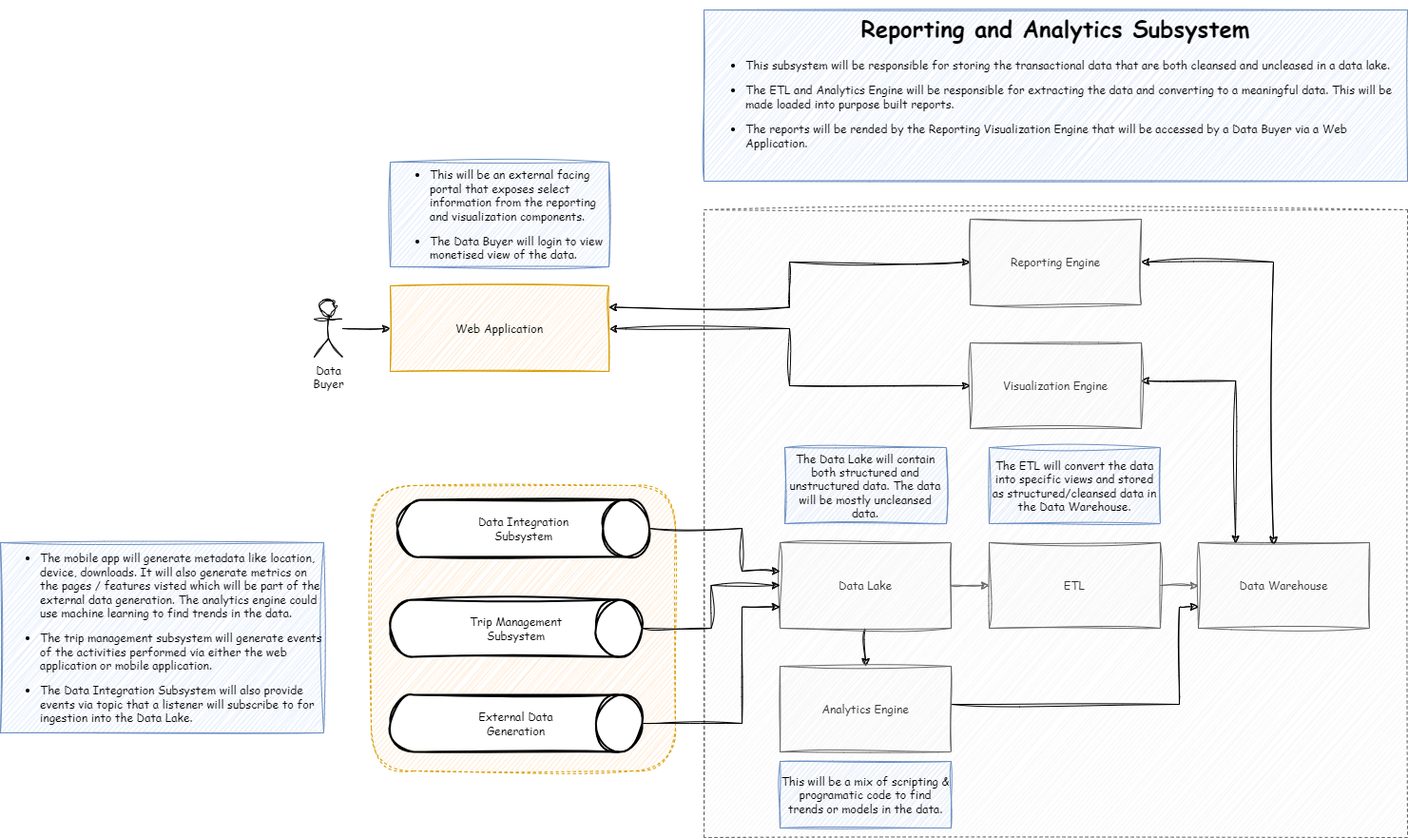
The draw.io diagram diagrams/reporting_and_analytics-reporting & analytics.drawio.png in nazir-dariel/RoadWarrior_TeamDarielSalties, before a commit. Source tidied: cells renumbered, new cells last; positions are measured from the earlier drawing's top-left corner, leaving out a move shared by most shapes. Source of this version:
```xml
<mxGraphModel>
  <root>
    <mxCell id="0" />
    <mxCell id="1" parent="0" />
    <mxCell id="2" style="rounded=1;whiteSpace=wrap;html=1;dashed=1;fontFamily=Comic Sans MS;fontStyle=0;fillColor=#ffe6cc;strokeColor=#d79b00;sketch=1;curveFitting=1;jiggle=2;" parent="1" vertex="1">
      <mxGeometry x="390" y="500" width="320" height="300" as="geometry" />
    </mxCell>
    <mxCell id="3" style="rounded=0;whiteSpace=wrap;html=1;fillColor=#f5f5f5;fontColor=#333333;strokeColor=#666666;dashed=1;fontFamily=Comic Sans MS;fontStyle=0;sketch=1;curveFitting=1;jiggle=2;" parent="1" vertex="1">
      <mxGeometry x="740" y="210" width="740" height="660" as="geometry" />
    </mxCell>
    <mxCell id="4" style="edgeStyle=orthogonalEdgeStyle;rounded=0;jettySize=auto;html=1;fillColor=#f5f5f5;strokeColor=#666666;fontFamily=Comic Sans MS;fontStyle=0;sketch=1;curveFitting=1;jiggle=2;" parent="1" edge="1" source="6" target="8">
      <mxGeometry relative="1" as="geometry" />
    </mxCell>
    <mxCell id="5" style="edgeStyle=orthogonalEdgeStyle;rounded=0;jettySize=auto;html=1;fontFamily=Comic Sans MS;sketch=1;curveFitting=1;jiggle=2;" parent="1" edge="1" source="6" target="23">
      <mxGeometry relative="1" as="geometry" />
    </mxCell>
    <mxCell id="6" value="Data Lake" style="rounded=0;whiteSpace=wrap;html=1;fillColor=#f5f5f5;fontColor=#333333;strokeColor=#666666;fontFamily=Comic Sans MS;fontStyle=0;sketch=1;curveFitting=1;jiggle=2;" parent="1" vertex="1">
      <mxGeometry x="820" y="560" width="180" height="90" as="geometry" />
    </mxCell>
    <mxCell id="7" style="edgeStyle=orthogonalEdgeStyle;rounded=0;jettySize=auto;html=1;fillColor=#f5f5f5;strokeColor=#666666;fontFamily=Comic Sans MS;fontStyle=0;sketch=1;curveFitting=1;jiggle=2;" parent="1" edge="1" source="8" target="9">
      <mxGeometry relative="1" as="geometry" />
    </mxCell>
    <mxCell id="8" value="ETL" style="rounded=0;whiteSpace=wrap;html=1;fillColor=#f5f5f5;fontColor=#333333;strokeColor=#666666;fontFamily=Comic Sans MS;fontStyle=0;sketch=1;curveFitting=1;jiggle=2;" parent="1" vertex="1">
      <mxGeometry x="1040" y="560" width="180" height="90" as="geometry" />
    </mxCell>
    <mxCell id="9" value="Data Warehouse" style="rounded=0;whiteSpace=wrap;html=1;fillColor=#f5f5f5;fontColor=#333333;strokeColor=#666666;fontFamily=Comic Sans MS;fontStyle=0;sketch=1;curveFitting=1;jiggle=2;" parent="1" vertex="1">
      <mxGeometry x="1260" y="560" width="180" height="90" as="geometry" />
    </mxCell>
    <mxCell id="10" style="edgeStyle=orthogonalEdgeStyle;rounded=0;jettySize=auto;html=1;entryX=1;entryY=0.25;entryDx=0;entryDy=0;fontFamily=Comic Sans MS;startArrow=classic;startFill=1;sketch=1;curveFitting=1;jiggle=2;" parent="1" edge="1" source="12" target="16">
      <mxGeometry relative="1" as="geometry" />
    </mxCell>
    <mxCell id="11" style="edgeStyle=orthogonalEdgeStyle;rounded=0;jettySize=auto;html=1;entryX=0.439;entryY=0.022;entryDx=0;entryDy=0;entryPerimeter=0;fontFamily=Comic Sans MS;startArrow=classic;startFill=1;sketch=1;curveFitting=1;jiggle=2;" parent="1" edge="1" source="12" target="9">
      <mxGeometry relative="1" as="geometry" />
    </mxCell>
    <mxCell id="12" value="Reporting Engine" style="rounded=0;whiteSpace=wrap;html=1;fillColor=#f5f5f5;fontColor=#333333;strokeColor=#666666;fontFamily=Comic Sans MS;fontStyle=0;sketch=1;curveFitting=1;jiggle=2;" parent="1" vertex="1">
      <mxGeometry x="1020" y="220" width="180" height="90" as="geometry" />
    </mxCell>
    <mxCell id="13" style="edgeStyle=orthogonalEdgeStyle;rounded=0;jettySize=auto;html=1;entryX=0.217;entryY=0.011;entryDx=0;entryDy=0;entryPerimeter=0;fontFamily=Comic Sans MS;startArrow=classic;startFill=1;sketch=1;curveFitting=1;jiggle=2;" parent="1" edge="1" source="14" target="9">
      <mxGeometry relative="1" as="geometry">
        <Array as="points">
          <mxPoint x="1299" y="390" />
        </Array>
      </mxGeometry>
    </mxCell>
    <mxCell id="14" value="Visualization Engine" style="rounded=0;whiteSpace=wrap;html=1;fillColor=#f5f5f5;fontColor=#333333;strokeColor=#666666;fontFamily=Comic Sans MS;fontStyle=0;sketch=1;curveFitting=1;jiggle=2;" parent="1" vertex="1">
      <mxGeometry x="1020" y="350" width="180" height="90" as="geometry" />
    </mxCell>
    <mxCell id="15" style="edgeStyle=orthogonalEdgeStyle;rounded=0;jettySize=auto;html=1;entryX=0;entryY=0.5;entryDx=0;entryDy=0;fontFamily=Comic Sans MS;fontStyle=0;startArrow=classic;startFill=1;sketch=1;curveFitting=1;jiggle=2;" parent="1" edge="1" source="16" target="14">
      <mxGeometry relative="1" as="geometry" />
    </mxCell>
    <mxCell id="16" value="Web Application" style="rounded=0;whiteSpace=wrap;html=1;fillColor=#ffe6cc;strokeColor=#d79b00;fontFamily=Comic Sans MS;fontStyle=0;sketch=1;curveFitting=1;jiggle=2;" parent="1" vertex="1">
      <mxGeometry x="410" y="290" width="230" height="90" as="geometry" />
    </mxCell>
    <mxCell id="17" style="edgeStyle=orthogonalEdgeStyle;rounded=0;jettySize=auto;html=1;entryX=0;entryY=0.75;entryDx=0;entryDy=0;fontFamily=Comic Sans MS;fontStyle=0;sketch=1;curveFitting=1;jiggle=2;" parent="1" edge="1" source="18" target="6">
      <mxGeometry relative="1" as="geometry">
        <Array as="points">
          <mxPoint x="780" y="750" />
          <mxPoint x="780" y="627" />
        </Array>
      </mxGeometry>
    </mxCell>
    <mxCell id="18" value="External Data &lt;br&gt;Generation" style="strokeWidth=2;html=1;shape=mxgraph.flowchart.direct_data;whiteSpace=wrap;fontFamily=Comic Sans MS;fontStyle=0;sketch=1;curveFitting=1;jiggle=2;" parent="1" vertex="1">
      <mxGeometry x="410" y="720" width="265" height="60" as="geometry" />
    </mxCell>
    <mxCell id="19" style="edgeStyle=orthogonalEdgeStyle;rounded=0;jettySize=auto;html=1;fontFamily=Comic Sans MS;fontStyle=0;sketch=1;curveFitting=1;jiggle=2;" parent="1" edge="1" source="20" target="6">
      <mxGeometry relative="1" as="geometry" />
    </mxCell>
    <mxCell id="20" value="Trip Management &lt;br&gt;Subsystem" style="strokeWidth=2;html=1;shape=mxgraph.flowchart.direct_data;whiteSpace=wrap;fontFamily=Comic Sans MS;fontStyle=0;sketch=1;curveFitting=1;jiggle=2;" parent="1" vertex="1">
      <mxGeometry x="410" y="620" width="265" height="60" as="geometry" />
    </mxCell>
    <mxCell id="21" style="edgeStyle=orthogonalEdgeStyle;rounded=0;jettySize=auto;html=1;fontFamily=Comic Sans MS;fontStyle=0;sketch=1;curveFitting=1;jiggle=2;" parent="1" edge="1" source="29" target="6">
      <mxGeometry relative="1" as="geometry">
        <Array as="points">
          <mxPoint x="780" y="545" />
          <mxPoint x="780" y="590" />
        </Array>
      </mxGeometry>
    </mxCell>
    <mxCell id="22" style="edgeStyle=orthogonalEdgeStyle;rounded=0;jettySize=auto;html=1;entryX=0;entryY=0.75;entryDx=0;entryDy=0;fontFamily=Comic Sans MS;fontStyle=0;sketch=1;curveFitting=1;jiggle=2;" parent="1" edge="1" source="23" target="9">
      <mxGeometry relative="1" as="geometry">
        <Array as="points">
          <mxPoint x="1240" y="730" />
          <mxPoint x="1240" y="627" />
        </Array>
      </mxGeometry>
    </mxCell>
    <mxCell id="23" value="Analytics Engine" style="rounded=0;whiteSpace=wrap;html=1;fillColor=#f5f5f5;fontColor=#333333;strokeColor=#666666;fontFamily=Comic Sans MS;fontStyle=0;sketch=1;curveFitting=1;jiggle=2;" parent="1" vertex="1">
      <mxGeometry x="820" y="690" width="180" height="90" as="geometry" />
    </mxCell>
    <mxCell id="24" value="&lt;h1&gt;&lt;font&gt;Reporting and Analytics Subsystem&lt;/font&gt;&lt;/h1&gt;&lt;p&gt;&lt;/p&gt;&lt;ul&gt;&lt;li style=&quot;text-align: left;&quot;&gt;&lt;font&gt;This subsystem will be responsible for storing the transactional data that are both cleansed and uncleased in a data lake.&amp;nbsp;&lt;/font&gt;&lt;/li&gt;&lt;/ul&gt;&lt;ul&gt;&lt;li style=&quot;text-align: left;&quot;&gt;&lt;font&gt;The ETL and Analytics Engine will be responsible for extracting the data and converting to a meaningful data. This will be made loaded into purpose built reports.&amp;nbsp;&lt;/font&gt;&lt;/li&gt;&lt;/ul&gt;&lt;ul&gt;&lt;li style=&quot;text-align: left;&quot;&gt;&lt;font&gt;The reports will be rended by the Reporting Visualization Engine that will be accessed by a Data Buyer via a Web Application.&lt;/font&gt;&lt;/li&gt;&lt;/ul&gt;&lt;p&gt;&lt;/p&gt;" style="text;html=1;strokeColor=#6c8ebf;fillColor=#dae8fc;spacing=5;spacingTop=-20;whiteSpace=wrap;overflow=hidden;rounded=0;align=center;fontFamily=Comic Sans MS;fontStyle=0;sketch=1;curveFitting=1;jiggle=2;" parent="1" vertex="1">
      <mxGeometry x="740" width="740" height="180" as="geometry" />
    </mxCell>
    <mxCell id="25" value="&lt;ul&gt;&lt;li&gt;&lt;font&gt;&lt;span&gt;The mobile app will generate metadata like location, device, downloads. It will also generate metrics on the pages / features visted which will be part of the external data generation. The analytics engine could use machine learning to find trends in the data.&lt;/span&gt;&lt;/font&gt;&lt;/li&gt;&lt;/ul&gt;&lt;ul&gt;&lt;li&gt;&lt;font&gt;&lt;span&gt;The trip management subsystem will generate events of the activities performed via either the web application or mobile application.&lt;/span&gt;&lt;/font&gt;&lt;/li&gt;&lt;/ul&gt;&lt;ul&gt;&lt;li&gt;&lt;font&gt;&lt;span&gt;The Data Integration Subsystem will also provide events via topic that a listener will subscribe to for ingestion into the Data Lake.&lt;/span&gt;&lt;/font&gt;&lt;/li&gt;&lt;/ul&gt;" style="text;html=1;strokeColor=#6c8ebf;fillColor=#dae8fc;align=left;verticalAlign=middle;whiteSpace=wrap;rounded=0;fontStyle=0;fontFamily=Comic Sans MS;sketch=1;curveFitting=1;jiggle=2;" parent="1" vertex="1">
      <mxGeometry y="560" width="340" height="200" as="geometry" />
    </mxCell>
    <mxCell id="26" style="edgeStyle=orthogonalEdgeStyle;rounded=0;jettySize=auto;html=1;entryX=0;entryY=0.5;entryDx=0;entryDy=0;fontFamily=Comic Sans MS;sketch=1;curveFitting=1;jiggle=2;" parent="1" edge="1" source="27" target="16">
      <mxGeometry relative="1" as="geometry" />
    </mxCell>
    <mxCell id="27" value="&lt;font&gt;Data&lt;br&gt;Buyer&lt;/font&gt;" style="shape=umlActor;verticalLabelPosition=bottom;verticalAlign=top;html=1;outlineConnect=0;fontStyle=0;fontFamily=Comic Sans MS;sketch=1;curveFitting=1;jiggle=2;" parent="1" vertex="1">
      <mxGeometry x="330" y="305" width="30" height="60" as="geometry" />
    </mxCell>
    <mxCell id="28" value="The Data Lake will contain both structured and unstructured data. The data will be mostly uncleansed data." style="text;html=1;strokeColor=#6c8ebf;fillColor=#dae8fc;align=center;verticalAlign=middle;whiteSpace=wrap;rounded=0;fontFamily=Comic Sans MS;sketch=1;curveFitting=1;jiggle=2;" parent="1" vertex="1">
      <mxGeometry x="825" y="460" width="170" height="80" as="geometry" />
    </mxCell>
    <mxCell id="29" value="Data Integration &lt;br&gt;Subsystem" style="strokeWidth=2;html=1;shape=mxgraph.flowchart.direct_data;whiteSpace=wrap;fontFamily=Comic Sans MS;fontStyle=0;sketch=1;curveFitting=1;jiggle=2;" parent="1" vertex="1">
      <mxGeometry x="417.5" y="515" width="265" height="60" as="geometry" />
    </mxCell>
    <mxCell id="30" value="The ETL will convert the data into specific views and stored as structured/cleansed data in the Data Warehouse." style="text;html=1;strokeColor=#6c8ebf;fillColor=#dae8fc;align=center;verticalAlign=middle;whiteSpace=wrap;rounded=0;fontFamily=Comic Sans MS;sketch=1;curveFitting=1;jiggle=2;" parent="1" vertex="1">
      <mxGeometry x="1040" y="460" width="180" height="80" as="geometry" />
    </mxCell>
    <mxCell id="31" value="This will be a mix of scripting &amp;amp; programatic code to find trends or models in the data." style="text;html=1;strokeColor=#6c8ebf;fillColor=#dae8fc;align=center;verticalAlign=middle;whiteSpace=wrap;rounded=0;fontFamily=Comic Sans MS;sketch=1;curveFitting=1;jiggle=2;" parent="1" vertex="1">
      <mxGeometry x="820" y="790" width="180" height="70" as="geometry" />
    </mxCell>
    <mxCell id="32" value="&lt;ul&gt;&lt;li&gt;This will be an external facing portal that exposes select information from the reporting and visualization components.&lt;/li&gt;&lt;/ul&gt;&lt;ul&gt;&lt;li&gt;The Data Buyer will login to view monetised view of the data.&lt;/li&gt;&lt;/ul&gt;" style="text;html=1;strokeColor=#6c8ebf;fillColor=#dae8fc;align=left;verticalAlign=middle;whiteSpace=wrap;rounded=0;fontFamily=Comic Sans MS;sketch=1;curveFitting=1;jiggle=2;" parent="1" vertex="1">
      <mxGeometry x="410" y="160" width="230" height="110" as="geometry" />
    </mxCell>
  </root>
</mxGraphModel>
```
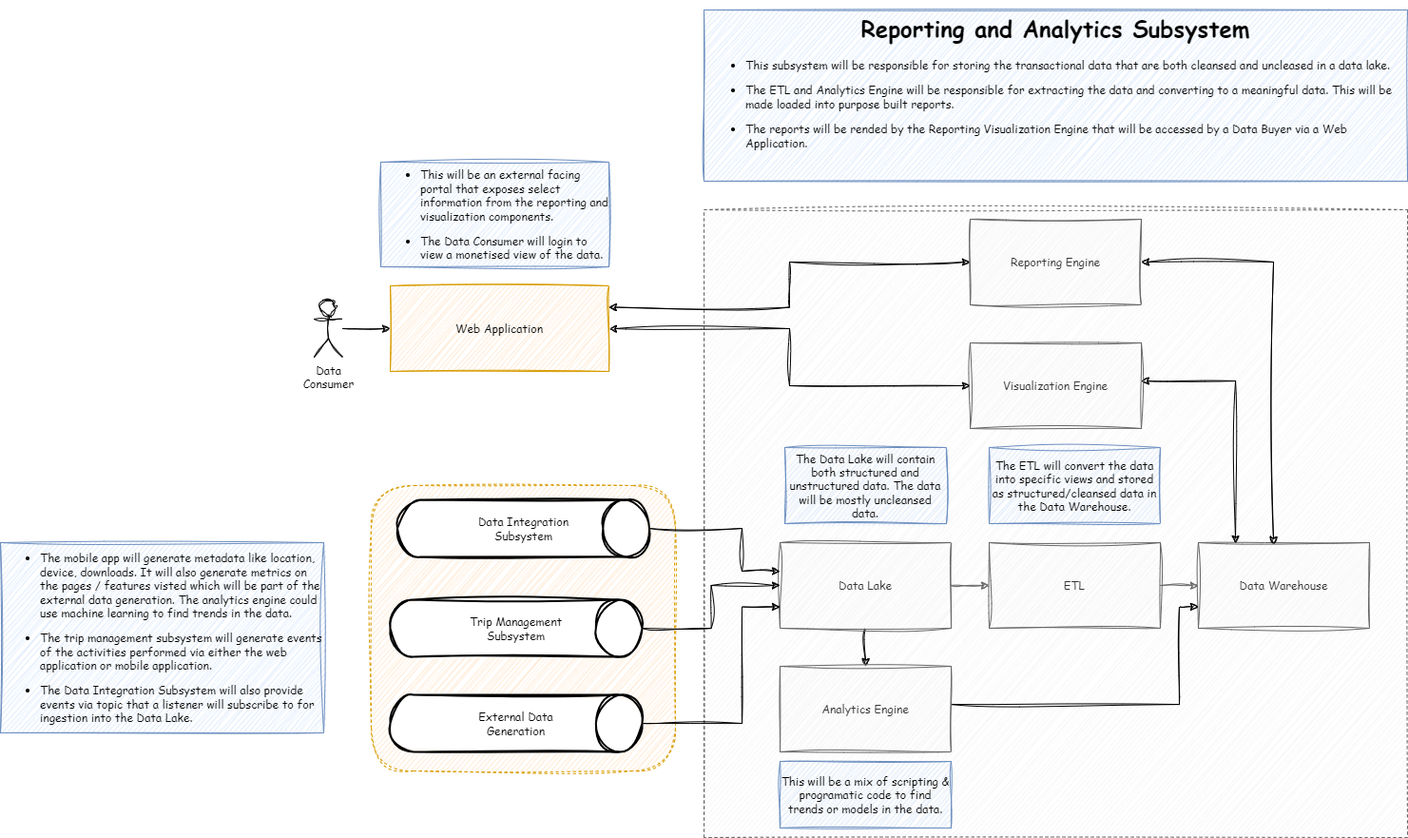
The same file after the commit.

Commit message:
Added analytics diagram.

Diff of the diagram source:
```diff
@@ -2,7 +2,7 @@
   <root>
     <mxCell id="0" />
     <mxCell id="1" parent="0" />
-    <mxCell id="2" style="rounded=1;whiteSpace=wrap;html=1;dashed=1;fontFamily=Comic Sans MS;fontStyle=0;fillColor=#ffe6cc;strokeColor=#d79b00;sketch=1;curveFitting=1;jiggle=2;" parent="1" vertex="1">
+    <mxCell id="2" value="ar" style="rounded=1;whiteSpace=wrap;html=1;dashed=1;fontFamily=Comic Sans MS;fontStyle=0;fillColor=#ffe6cc;strokeColor=#d79b00;sketch=1;curveFitting=1;jiggle=2;" parent="1" vertex="1">
       <mxGeometry x="390" y="500" width="320" height="300" as="geometry" />
     </mxCell>
     <mxCell id="3" style="rounded=0;whiteSpace=wrap;html=1;fillColor=#f5f5f5;fontColor=#333333;strokeColor=#666666;dashed=1;fontFamily=Comic Sans MS;fontStyle=0;sketch=1;curveFitting=1;jiggle=2;" parent="1" vertex="1">
@@ -96,7 +96,7 @@
     <mxCell id="26" style="edgeStyle=orthogonalEdgeStyle;rounded=0;jettySize=auto;html=1;entryX=0;entryY=0.5;entryDx=0;entryDy=0;fontFamily=Comic Sans MS;sketch=1;curveFitting=1;jiggle=2;" parent="1" edge="1" source="27" target="16">
       <mxGeometry relative="1" as="geometry" />
     </mxCell>
-    <mxCell id="27" value="&lt;font&gt;Data&lt;br&gt;Buyer&lt;/font&gt;" style="shape=umlActor;verticalLabelPosition=bottom;verticalAlign=top;html=1;outlineConnect=0;fontStyle=0;fontFamily=Comic Sans MS;sketch=1;curveFitting=1;jiggle=2;" parent="1" vertex="1">
+    <mxCell id="27" value="&lt;font&gt;Data&lt;br&gt;Consumer&lt;/font&gt;" style="shape=umlActor;verticalLabelPosition=bottom;verticalAlign=top;html=1;outlineConnect=0;fontStyle=0;fontFamily=Comic Sans MS;sketch=1;curveFitting=1;jiggle=2;" parent="1" vertex="1">
       <mxGeometry x="330" y="305" width="30" height="60" as="geometry" />
     </mxCell>
     <mxCell id="28" value="The Data Lake will contain both structured and unstructured data. The data will be mostly uncleansed data." style="text;html=1;strokeColor=#6c8ebf;fillColor=#dae8fc;align=center;verticalAlign=middle;whiteSpace=wrap;rounded=0;fontFamily=Comic Sans MS;sketch=1;curveFitting=1;jiggle=2;" parent="1" vertex="1">
@@ -111,8 +111,8 @@
     <mxCell id="31" value="This will be a mix of scripting &amp;amp; programatic code to find trends or models in the data." style="text;html=1;strokeColor=#6c8ebf;fillColor=#dae8fc;align=center;verticalAlign=middle;whiteSpace=wrap;rounded=0;fontFamily=Comic Sans MS;sketch=1;curveFitting=1;jiggle=2;" parent="1" vertex="1">
       <mxGeometry x="820" y="790" width="180" height="70" as="geometry" />
     </mxCell>
-    <mxCell id="32" value="&lt;ul&gt;&lt;li&gt;This will be an external facing portal that exposes select information from the reporting and visualization components.&lt;/li&gt;&lt;/ul&gt;&lt;ul&gt;&lt;li&gt;The Data Buyer will login to view monetised view of the data.&lt;/li&gt;&lt;/ul&gt;" style="text;html=1;strokeColor=#6c8ebf;fillColor=#dae8fc;align=left;verticalAlign=middle;whiteSpace=wrap;rounded=0;fontFamily=Comic Sans MS;sketch=1;curveFitting=1;jiggle=2;" parent="1" vertex="1">
-      <mxGeometry x="410" y="160" width="230" height="110" as="geometry" />
+    <mxCell id="32" value="&lt;ul&gt;&lt;li&gt;This will be an external facing portal that exposes select information from the reporting and visualization components.&lt;/li&gt;&lt;/ul&gt;&lt;ul&gt;&lt;li&gt;The Data Consumer will login to view a monetised view of the data.&lt;/li&gt;&lt;/ul&gt;" style="text;html=1;strokeColor=#6c8ebf;fillColor=#dae8fc;align=left;verticalAlign=middle;whiteSpace=wrap;rounded=0;fontFamily=Comic Sans MS;sketch=1;curveFitting=1;jiggle=2;" parent="1" vertex="1">
+      <mxGeometry x="400" y="160" width="240" height="110" as="geometry" />
     </mxCell>
   </root>
 </mxGraphModel>
```
